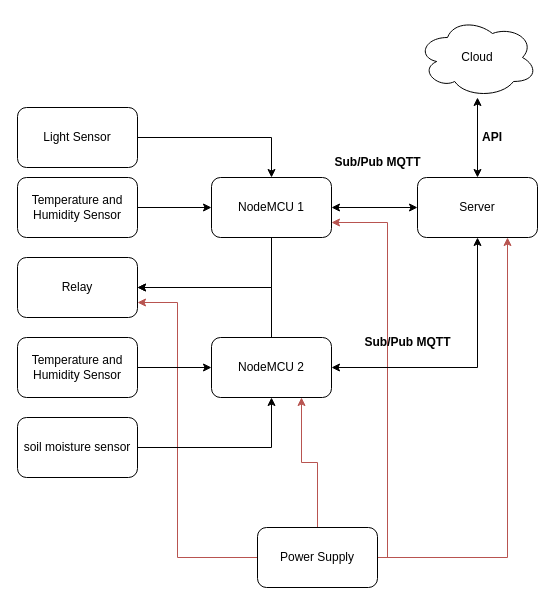
Before: Biểu đồ không có tiêu đề.drawio in vuconfused/NotesApp, a draw.io diagram. Source tidied: cells renumbered, new cells numbered last; positions are measured from the earlier drawing's top-left corner, leaving out a move shared by most shapes. Both pictures are drawn from the tidied source at 100%, with x=0, y=0 at pixel (17, 17).
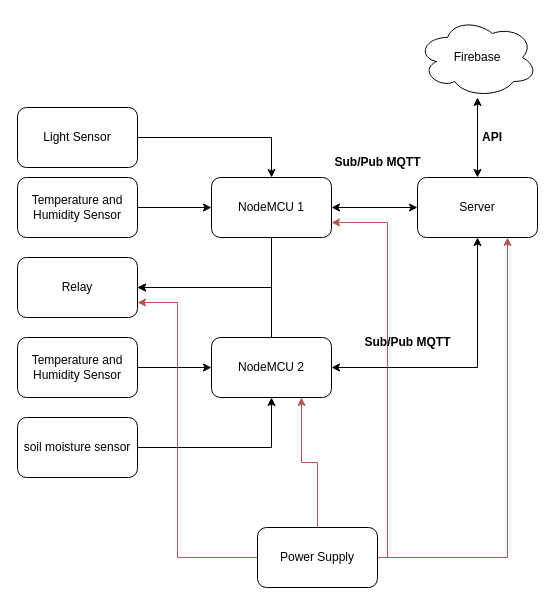
After the change.

Commit message:
Cập nhật Biểu đồ không có tiêu đề.drawio

The edit, as a diff of the source:
```diff
@@
-    <mxCell id="26" value="Cloud" style="ellipse;shape=cloud;whiteSpace=wrap;html=1;" parent="1" vertex="1">
+    <mxCell id="26" value="Firebase" style="ellipse;shape=cloud;whiteSpace=wrap;html=1;" parent="1" vertex="1">
       <mxGeometry x="400" width="120" height="80" as="geometry" />
     </mxCell>
```
